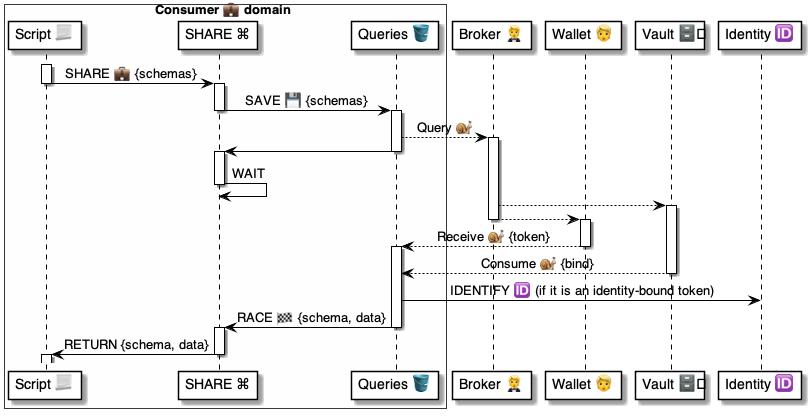
pollyweb-org/pollyweb-docs keeps this PlantUML diagram as 4 ⚙️ Solution/41 🎭 Domain Roles/Consumers 💼/💼⌘ Consumer cmds/SHARE 💼/💼 SHARE ⚙️ uml.png. Above is the earlier version. Its source is kept beside it as 4 ⚙️ Solution/41 🎭 Domain Roles/Consumers 💼/💼⌘ Consumer cmds/SHARE 💼/💼 SHARE ⚙️ uml.puml. The source it was exported from:
```plantuml
@startuml SHARE

box Consumer 💼 domain #FFFFFA
    participant "Script 📃" as script
    participant "SHARE ⌘" as talker
    participant "Queries 🪣" as table
end box

participant "Broker 🤵" as broker
participant "Wallet 👱" as wallet
participant "Vault 🗄️" as vault
participant "Identity 🆔" as identity

activate script
    script -> talker: SHARE 💼 {schemas}
deactivate script

activate talker
    talker -> table: SAVE 💾 {schemas}
deactivate talker

activate table
    table --> broker: Query 🐌
activate broker
    table -> talker
deactivate table

activate talker
    talker -> talker: WAIT
deactivate talker

    broker --> vault:
    activate vault

    broker --> wallet:
deactivate broker
activate wallet

    wallet --> table: Receive 🐌 {token}
deactivate wallet
activate table

    vault --> table: Consume 🐌 {bind}
deactivate vault

    table -> identity: IDENTIFY 🆔 (if it is an identity-bound token)

    table -> talker: RACE 🏁 {schema, data}
deactivate table

activate talker
    talker -> script: RETURN {schema, data}
deactivate talker

activate script
deactivate script

@enduml
```
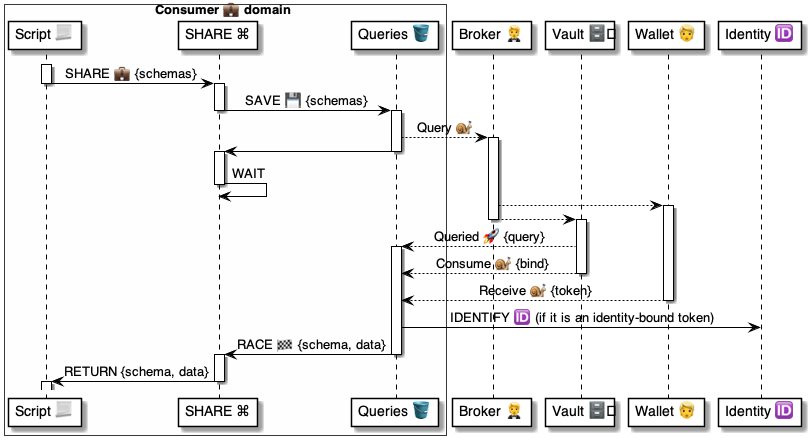
The same diagram one commit later.

What changed in the source:
```diff
@@ -7,8 +7,8 @@
 end box
 
 participant "Broker 🤵" as broker
+participant "Vault 🗄️" as vault
 participant "Wallet 👱" as wallet
-participant "Vault 🗄️" as vault
 participant "Identity 🆔" as identity
 
 activate script
@@ -29,19 +29,20 @@
     talker -> talker: WAIT
 deactivate talker
 
+    broker --> wallet:
+    activate wallet
+
     broker --> vault:
-    activate vault
 
-    broker --> wallet:
 deactivate broker
-activate wallet
+activate vault
+    vault --> table: Queried 🚀 {query}
+activate table
+    vault --> table: Consume 🐌 {bind}
+deactivate vault
 
     wallet --> table: Receive 🐌 {token}
 deactivate wallet
-activate table
-
-    vault --> table: Consume 🐌 {bind}
-deactivate vault
 
     table -> identity: IDENTIFY 🆔 (if it is an identity-bound token)
 
```
